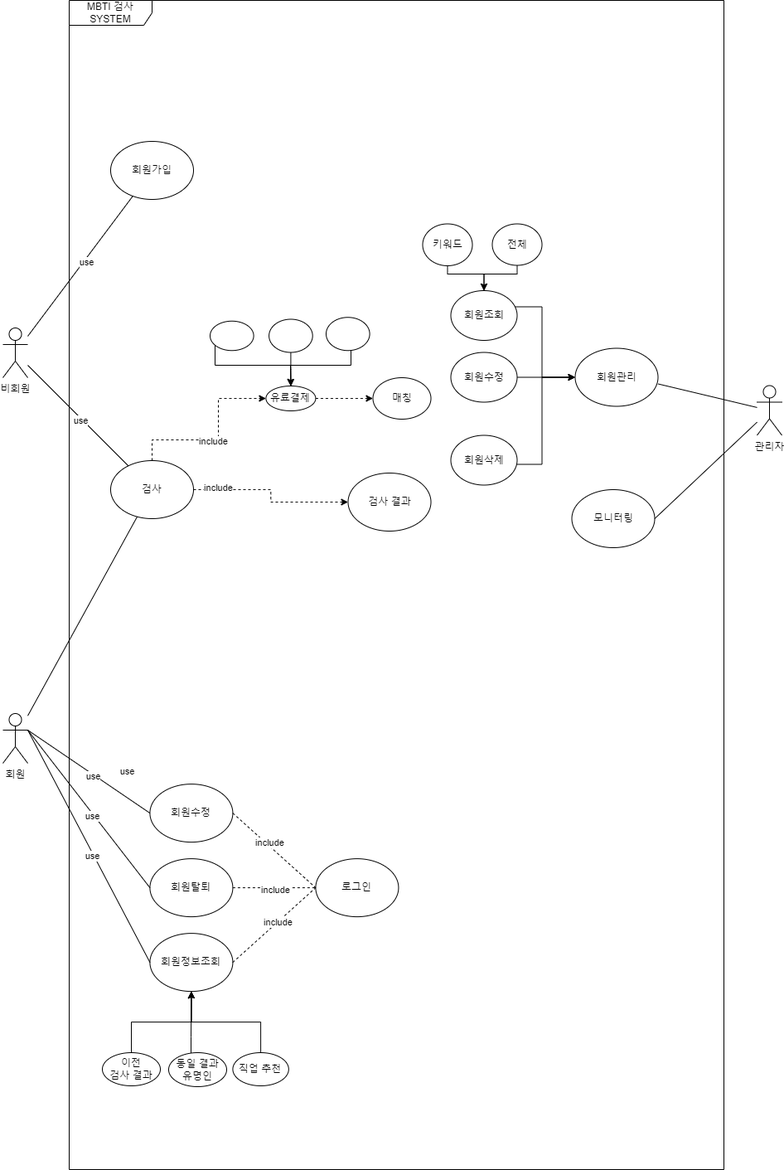
Earlier version of the draw.io export 6조.drawio.png (JIWON55/TESTREPO_01). Source tidied: cells renumbered, new cells last; positions are measured from the earlier drawing's top-left corner, leaving out a move shared by most shapes.
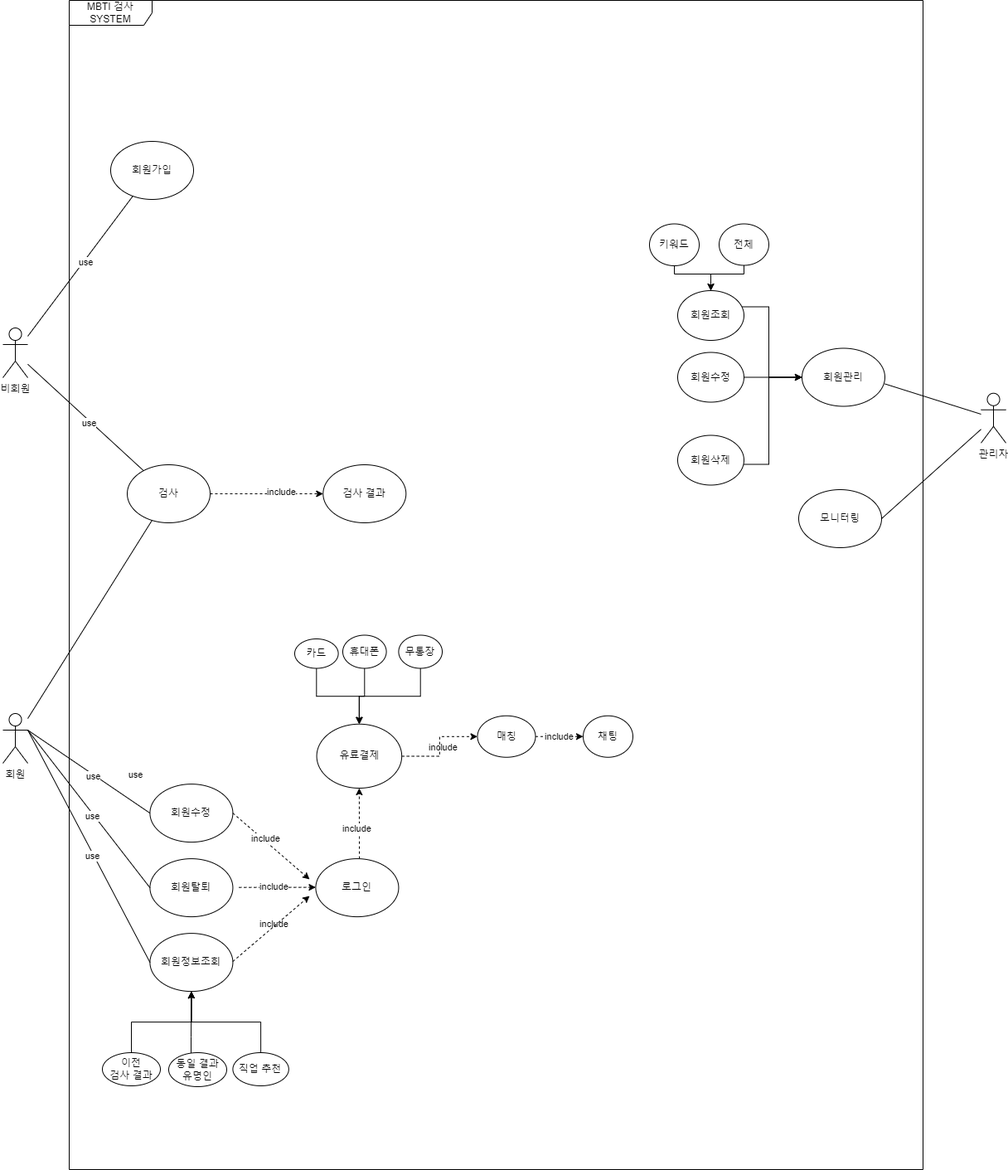
After the commit.

Commit message:
6조.drawio.png이 추가되었습니다.

Change to the diagram source:
```diff
@@ -9,10 +9,10 @@
       <mxGeometry y="395" width="30" height="60" as="geometry" />
     </mxCell>
     <mxCell id="4" value="관리자" style="shape=umlActor;verticalLabelPosition=bottom;verticalAlign=top;html=1;outlineConnect=0;" parent="1" vertex="1">
-      <mxGeometry x="910" y="464.5" width="30" height="60" as="geometry" />
+      <mxGeometry x="1180" y="473.8" width="30" height="60" as="geometry" />
     </mxCell>
     <mxCell id="5" value="MBTI 검사&lt;br&gt;SYSTEM" style="shape=umlFrame;whiteSpace=wrap;html=1;width=100;height=30;" parent="1" vertex="1">
-      <mxGeometry x="80" width="790" height="1410" as="geometry" />
+      <mxGeometry x="80" width="1030" height="1410" as="geometry" />
     </mxCell>
     <mxCell id="6" value="회원가입" style="ellipse;whiteSpace=wrap;html=1;" parent="1" vertex="1">
       <mxGeometry x="130" y="170" width="100" height="70" as="geometry" />
@@ -50,55 +50,33 @@
     <mxCell id="17" value="use" style="edgeLabel;html=1;align=center;verticalAlign=middle;" parent="16" vertex="1">
       <mxGeometry x="0.07" y="-2" relative="1" as="geometry" />
     </mxCell>
+    <mxCell id="65" style="edgeStyle=orthogonalEdgeStyle;rounded=0;jettySize=auto;html=1;dashed=1;" parent="1" edge="1" source="18" target="30">
+      <mxGeometry relative="1" as="geometry">
+        <Array as="points">
+          <mxPoint x="430" y="1010" />
+          <mxPoint x="430" y="1010" />
+        </Array>
+      </mxGeometry>
+    </mxCell>
     <mxCell id="18" value="로그인" style="ellipse;whiteSpace=wrap;html=1;" parent="1" vertex="1">
       <mxGeometry x="377.4" y="1035.1" width="100" height="70" as="geometry" />
     </mxCell>
-    <mxCell id="19" style="endArrow=none;dashed=1;html=1;rounded=0;exitX=1;exitY=0.5;exitDx=0;exitDy=0;entryX=0;entryY=0.5;entryDx=0;entryDy=0;" parent="1" edge="1" source="8" target="18">
-      <mxGeometry relative="1" as="geometry" />
-    </mxCell>
-    <mxCell id="20" value="include" style="edgeLabel;html=1;align=center;verticalAlign=middle;" parent="19" vertex="1">
-      <mxGeometry x="-0.17" y="3" relative="1" as="geometry" />
-    </mxCell>
-    <mxCell id="21" style="endArrow=none;dashed=1;html=1;rounded=0;exitX=1;exitY=0.5;exitDx=0;exitDy=0;entryX=0;entryY=0.5;entryDx=0;entryDy=0;" parent="1" edge="1" source="9" target="18">
-      <mxGeometry relative="1" as="geometry" />
-    </mxCell>
-    <mxCell id="22" value="include" style="edgeLabel;html=1;align=center;verticalAlign=middle;" parent="21" vertex="1">
-      <mxGeometry x="0.02" y="-2" relative="1" as="geometry" />
-    </mxCell>
-    <mxCell id="23" style="endArrow=none;dashed=1;html=1;rounded=0;exitX=1;exitY=0.5;exitDx=0;exitDy=0;entryX=0;entryY=0.5;entryDx=0;entryDy=0;" parent="1" edge="1" source="7" target="18">
-      <mxGeometry relative="1" as="geometry" />
-    </mxCell>
-    <mxCell id="24" value="include" style="edgeLabel;html=1;align=center;verticalAlign=middle;" parent="23" vertex="1">
-      <mxGeometry x="0.08" relative="1" as="geometry" />
-    </mxCell>
-    <mxCell id="25" style="edgeStyle=orthogonalEdgeStyle;rounded=0;jettySize=auto;html=1;dashed=1;" parent="1" edge="1" source="28" target="30">
-      <mxGeometry relative="1" as="geometry">
-        <Array as="points">
-          <mxPoint x="180" y="530" />
-          <mxPoint x="260" y="530" />
-        </Array>
-      </mxGeometry>
-    </mxCell>
-    <mxCell id="26" value="include" style="edgeLabel;html=1;align=center;verticalAlign=middle;" parent="25" vertex="1">
-      <mxGeometry x="-0.07" y="-1" relative="1" as="geometry" />
-    </mxCell>
-    <mxCell id="27" style="edgeStyle=orthogonalEdgeStyle;rounded=0;jettySize=auto;html=1;dashed=1;" parent="1" edge="1" source="28" target="50">
-      <mxGeometry relative="1" as="geometry" />
+    <mxCell id="27" style="edgeStyle=orthogonalEdgeStyle;rounded=0;jettySize=auto;html=1;dashed=1;exitX=1;exitY=0.5;exitDx=0;exitDy=0;" parent="1" edge="1" source="28" target="50">
+      <mxGeometry relative="1" as="geometry">
+        <Array as="points">
+          <mxPoint x="330" y="595" />
+          <mxPoint x="330" y="595" />
+        </Array>
+      </mxGeometry>
     </mxCell>
     <mxCell id="28" value="검사" style="ellipse;whiteSpace=wrap;html=1;" parent="1" vertex="1">
-      <mxGeometry x="130" y="555" width="100" height="70" as="geometry" />
+      <mxGeometry x="150" y="560" width="100" height="70" as="geometry" />
     </mxCell>
-    <mxCell id="29" style="edgeStyle=orthogonalEdgeStyle;rounded=0;jettySize=auto;html=1;dashed=1;" parent="1" edge="1" source="30" target="57">
-      <mxGeometry relative="1" as="geometry" />
-    </mxCell>
-    <mxCell id="30" value="유료결제" style="ellipse;whiteSpace=wrap;html=1;" parent="1" vertex="1">
-      <mxGeometry x="317.4" y="465" width="60" height="30" as="geometry" />
-    </mxCell>
     <mxCell id="31" value="회원관리" style="ellipse;whiteSpace=wrap;html=1;" parent="1" vertex="1">
-      <mxGeometry x="690.5" y="419.5" width="100" height="70" as="geometry" />
+      <mxGeometry x="964" y="419.5" width="100" height="70" as="geometry" />
     </mxCell>
     <mxCell id="32" value="모니터링" style="ellipse;whiteSpace=wrap;html=1;" parent="1" vertex="1">
-      <mxGeometry x="686.5" y="590" width="100" height="70" as="geometry" />
+      <mxGeometry x="960" y="590" width="100" height="70" as="geometry" />
     </mxCell>
     <mxCell id="33" style="edgeStyle=orthogonalEdgeStyle;rounded=0;orthogonalLoop=1;jettySize=auto;html=1;exitX=0.5;exitY=1;exitDx=0;exitDy=0;" parent="1" edge="1" source="32" target="32">
       <mxGeometry relative="1" as="geometry" />
@@ -106,35 +84,35 @@
     <mxCell id="34" style="edgeStyle=orthogonalEdgeStyle;rounded=0;jettySize=auto;html=1;" parent="1" edge="1" source="35" target="31">
       <mxGeometry relative="1" as="geometry">
         <Array as="points">
-          <mxPoint x="650.5" y="559.5" />
-          <mxPoint x="650.5" y="454.5" />
+          <mxPoint x="924" y="559.5" />
+          <mxPoint x="924" y="454.5" />
         </Array>
       </mxGeometry>
     </mxCell>
     <mxCell id="35" value="회원삭제" style="ellipse;whiteSpace=wrap;html=1;" parent="1" vertex="1">
-      <mxGeometry x="540.5" y="524.5" width="80" height="60" as="geometry" />
+      <mxGeometry x="814" y="524.5" width="80" height="60" as="geometry" />
     </mxCell>
     <mxCell id="36" style="edgeStyle=orthogonalEdgeStyle;rounded=0;jettySize=auto;html=1;" parent="1" edge="1" source="37" target="31">
       <mxGeometry relative="1" as="geometry">
         <Array as="points">
-          <mxPoint x="680.5" y="454.5" />
-          <mxPoint x="680.5" y="454.5" />
+          <mxPoint x="954" y="454.5" />
+          <mxPoint x="954" y="454.5" />
         </Array>
       </mxGeometry>
     </mxCell>
     <mxCell id="37" value="회원수정" style="ellipse;whiteSpace=wrap;html=1;" parent="1" vertex="1">
-      <mxGeometry x="540.5" y="424.5" width="80" height="60" as="geometry" />
+      <mxGeometry x="814" y="424.5" width="80" height="60" as="geometry" />
     </mxCell>
     <mxCell id="38" style="edgeStyle=orthogonalEdgeStyle;rounded=0;jettySize=auto;html=1;" parent="1" edge="1" source="39" target="31">
       <mxGeometry relative="1" as="geometry">
         <Array as="points">
-          <mxPoint x="650.5" y="369.5" />
-          <mxPoint x="650.5" y="454.5" />
+          <mxPoint x="924" y="369.5" />
+          <mxPoint x="924" y="454.5" />
         </Array>
       </mxGeometry>
     </mxCell>
     <mxCell id="39" value="회원조회" style="ellipse;whiteSpace=wrap;html=1;" parent="1" vertex="1">
-      <mxGeometry x="540.5" y="350" width="80" height="60" as="geometry" />
+      <mxGeometry x="814" y="350" width="80" height="60" as="geometry" />
     </mxCell>
     <mxCell id="40" style="endArrow=none;html=1;rounded=0;exitX=1;exitY=0.614;exitDx=0;exitDy=0;exitPerimeter=0;" parent="1" edge="1" source="31" target="4">
       <mxGeometry relative="1" as="geometry" />
@@ -145,24 +123,24 @@
     <mxCell id="42" style="edgeStyle=orthogonalEdgeStyle;rounded=0;jettySize=auto;html=1;" parent="1" edge="1" source="43" target="39">
       <mxGeometry relative="1" as="geometry">
         <Array as="points">
-          <mxPoint x="620.5" y="330" />
-          <mxPoint x="580.5" y="330" />
+          <mxPoint x="894" y="330" />
+          <mxPoint x="854" y="330" />
         </Array>
       </mxGeometry>
     </mxCell>
     <mxCell id="43" value="전체" style="ellipse;whiteSpace=wrap;html=1;" parent="1" vertex="1">
-      <mxGeometry x="590.5" y="269.5" width="60" height="50" as="geometry" />
+      <mxGeometry x="864" y="269.5" width="60" height="50" as="geometry" />
     </mxCell>
     <mxCell id="44" style="edgeStyle=orthogonalEdgeStyle;rounded=0;jettySize=auto;html=1;" parent="1" edge="1" source="45" target="39">
       <mxGeometry relative="1" as="geometry">
         <Array as="points">
-          <mxPoint x="536.5" y="330" />
-          <mxPoint x="580.5" y="330" />
+          <mxPoint x="810" y="330" />
+          <mxPoint x="854" y="330" />
         </Array>
       </mxGeometry>
     </mxCell>
     <mxCell id="45" value="키워드" style="ellipse;whiteSpace=wrap;html=1;" parent="1" vertex="1">
-      <mxGeometry x="506.5" y="269.5" width="60" height="50.5" as="geometry" />
+      <mxGeometry x="780" y="269.5" width="60" height="50.5" as="geometry" />
     </mxCell>
     <mxCell id="46" style="endArrow=none;html=1;rounded=0;" parent="1" edge="1" source="2" target="28">
       <mxGeometry relative="1" as="geometry" />
@@ -179,7 +157,7 @@
       <mxGeometry x="0.07" y="-2" relative="1" as="geometry" />
     </mxCell>
     <mxCell id="50" value="검사 결과" style="ellipse;whiteSpace=wrap;html=1;" parent="1" vertex="1">
-      <mxGeometry x="416.5" y="570" width="100" height="70" as="geometry" />
+      <mxGeometry x="386.3" y="560" width="100" height="70" as="geometry" />
     </mxCell>
     <mxCell id="51" style="edgeStyle=orthogonalEdgeStyle;rounded=0;jettySize=auto;html=1;" parent="1" edge="1" source="52" target="7">
       <mxGeometry relative="1" as="geometry" />
@@ -204,41 +182,86 @@
     <mxCell id="56" value="직업 추천" style="ellipse;whiteSpace=wrap;html=1;" parent="1" vertex="1">
       <mxGeometry x="277.4" y="1269" width="67.4" height="40" as="geometry" />
     </mxCell>
+    <mxCell id="58" value="include" style="edgeLabel;html=1;align=center;verticalAlign=middle;" parent="1" vertex="1">
+      <mxGeometry x="296.3" y="575" as="geometry">
+        <mxPoint x="39" y="17" as="offset" />
+      </mxGeometry>
+    </mxCell>
+    <mxCell id="66" value="include" style="edgeLabel;html=1;align=center;verticalAlign=middle;" parent="1" vertex="1">
+      <mxGeometry x="530" y="900" as="geometry" />
+    </mxCell>
+    <mxCell id="29" style="edgeStyle=orthogonalEdgeStyle;rounded=0;jettySize=auto;html=1;dashed=1;" parent="1" edge="1" source="30" target="57">
+      <mxGeometry relative="1" as="geometry" />
+    </mxCell>
+    <mxCell id="30" value="유료결제" style="ellipse;whiteSpace=wrap;html=1;" parent="1" vertex="1">
+      <mxGeometry x="378.6" y="872.8" width="102.6" height="77.2" as="geometry" />
+    </mxCell>
+    <mxCell id="67" style="edgeStyle=orthogonalEdgeStyle;rounded=0;jettySize=auto;html=1;dashed=1;" parent="1" edge="1" source="57" target="74">
+      <mxGeometry relative="1" as="geometry" />
+    </mxCell>
     <mxCell id="57" value="매칭" style="ellipse;whiteSpace=wrap;html=1;" parent="1" vertex="1">
-      <mxGeometry x="446.5" y="455" width="70" height="50" as="geometry" />
+      <mxGeometry x="572.5" y="862.8" width="70" height="50" as="geometry" />
     </mxCell>
-    <mxCell id="58" value="include" style="edgeLabel;html=1;align=center;verticalAlign=middle;" parent="1" vertex="1">
-      <mxGeometry x="220" y="570" as="geometry">
-        <mxPoint x="39" y="17" as="offset" />
-      </mxGeometry>
-    </mxCell>
-    <mxCell id="59" style="edgeStyle=orthogonalEdgeStyle;rounded=0;jettySize=auto;html=1;" parent="1" edge="1" source="60" target="30">
-      <mxGeometry relative="1" as="geometry">
-        <Array as="points">
-          <mxPoint x="256" y="440" />
-          <mxPoint x="347" y="440" />
-        </Array>
-      </mxGeometry>
-    </mxCell>
-    <mxCell id="60" style="ellipse;whiteSpace=wrap;html=1;" parent="1" vertex="1">
-      <mxGeometry x="250" y="386.8" width="52.6" height="35.5" as="geometry" />
-    </mxCell>
-    <mxCell id="61" style="edgeStyle=orthogonalEdgeStyle;rounded=0;jettySize=auto;html=1;" parent="1" edge="1" source="62" target="30">
-      <mxGeometry relative="1" as="geometry" />
-    </mxCell>
-    <mxCell id="62" style="ellipse;whiteSpace=wrap;html=1;" parent="1" vertex="1">
-      <mxGeometry x="321.1" y="384.5" width="52.6" height="40" as="geometry" />
-    </mxCell>
-    <mxCell id="63" style="edgeStyle=orthogonalEdgeStyle;rounded=0;jettySize=auto;html=1;" parent="1" edge="1" source="64" target="30">
-      <mxGeometry relative="1" as="geometry">
-        <Array as="points">
-          <mxPoint x="420" y="440" />
-          <mxPoint x="347" y="440" />
-        </Array>
-      </mxGeometry>
-    </mxCell>
-    <mxCell id="64" style="ellipse;whiteSpace=wrap;html=1;" parent="1" vertex="1">
-      <mxGeometry x="390" y="382.2" width="52.6" height="40" as="geometry" />
-    </mxCell>
+    <mxCell id="68" style="edgeStyle=orthogonalEdgeStyle;rounded=0;jettySize=auto;html=1;" parent="1" edge="1" source="69" target="30">
+      <mxGeometry relative="1" as="geometry" />
+    </mxCell>
+    <mxCell id="69" value="카드" style="ellipse;whiteSpace=wrap;html=1;" parent="1" vertex="1">
+      <mxGeometry x="352" y="770" width="52.6" height="35.5" as="geometry" />
+    </mxCell>
+    <mxCell id="70" style="edgeStyle=orthogonalEdgeStyle;rounded=0;jettySize=auto;html=1;" parent="1" edge="1" source="71" target="30">
+      <mxGeometry relative="1" as="geometry" />
+    </mxCell>
+    <mxCell id="71" value="휴대폰" style="ellipse;whiteSpace=wrap;html=1;" parent="1" vertex="1">
+      <mxGeometry x="410" y="765.5" width="52.6" height="40" as="geometry" />
+    </mxCell>
+    <mxCell id="72" style="edgeStyle=orthogonalEdgeStyle;rounded=0;jettySize=auto;html=1;" parent="1" edge="1" source="73" target="30">
+      <mxGeometry relative="1" as="geometry" />
+    </mxCell>
+    <mxCell id="73" value="무통장" style="ellipse;whiteSpace=wrap;html=1;" parent="1" vertex="1">
+      <mxGeometry x="477.4" y="765.5" width="52.6" height="40" as="geometry" />
+    </mxCell>
+    <mxCell id="74" value="채팅" style="ellipse;whiteSpace=wrap;html=1;" parent="1" vertex="1">
+      <mxGeometry x="700" y="862.8" width="60" height="50" as="geometry" />
+    </mxCell>
+    <mxCell id="75" value="include" style="edgeLabel;html=1;align=center;verticalAlign=middle;" parent="1" vertex="1">
+      <mxGeometry x="670" y="887.8" as="geometry" />
+    </mxCell>
+    <mxCell id="76" value="include" style="edgeLabel;html=1;align=center;verticalAlign=middle;" parent="1" vertex="1">
+      <mxGeometry x="550" y="1015.1" as="geometry">
+        <mxPoint x="-224" y="98" as="offset" />
+      </mxGeometry>
+    </mxCell>
+    <mxCell id="77" style="endArrow=classic;html=1;rounded=0;dashed=1;" parent="1" edge="1">
+      <mxGeometry relative="1" as="geometry">
+        <mxPoint x="277.4" y="1159" as="sourcePoint" />
+        <mxPoint x="370" y="1080" as="targetPoint" />
+      </mxGeometry>
+    </mxCell>
+    <mxCell id="78" value="include" style="edgeLabel;html=1;align=center;verticalAlign=middle;" parent="1" vertex="1">
+      <mxGeometry x="650" y="900" as="geometry">
+        <mxPoint x="-224" y="98" as="offset" />
+      </mxGeometry>
+    </mxCell>
+    <mxCell id="79" style="endArrow=classic;html=1;rounded=0;dashed=1;exitX=1;exitY=0.5;exitDx=0;exitDy=0;" parent="1" edge="1">
+      <mxGeometry relative="1" as="geometry">
+        <mxPoint x="284.8" y="1069.7" as="sourcePoint" />
+        <mxPoint x="377.4" y="1069.6" as="targetPoint" />
+      </mxGeometry>
+    </mxCell>
+    <mxCell id="80" style="endArrow=classic;html=1;rounded=0;dashed=1;exitX=1;exitY=0.5;exitDx=0;exitDy=0;" parent="1" edge="1" source="8">
+      <mxGeometry relative="1" as="geometry">
+        <mxPoint x="370" y="1060" as="targetPoint" />
+      </mxGeometry>
+    </mxCell>
+    <mxCell id="81" value="include" style="edgeLabel;html=1;align=center;verticalAlign=middle;" parent="1" vertex="1">
+      <mxGeometry x="550" y="970" as="geometry">
+        <mxPoint x="-224" y="98" as="offset" />
+      </mxGeometry>
+    </mxCell>
+    <mxCell id="82" value="include" style="edgeLabel;html=1;align=center;verticalAlign=middle;" parent="1" vertex="1">
+      <mxGeometry x="540" y="912.7" as="geometry">
+        <mxPoint x="-224" y="98" as="offset" />
+      </mxGeometry>
+    </mxCell>
   </root>
 </mxGraphModel>
```
